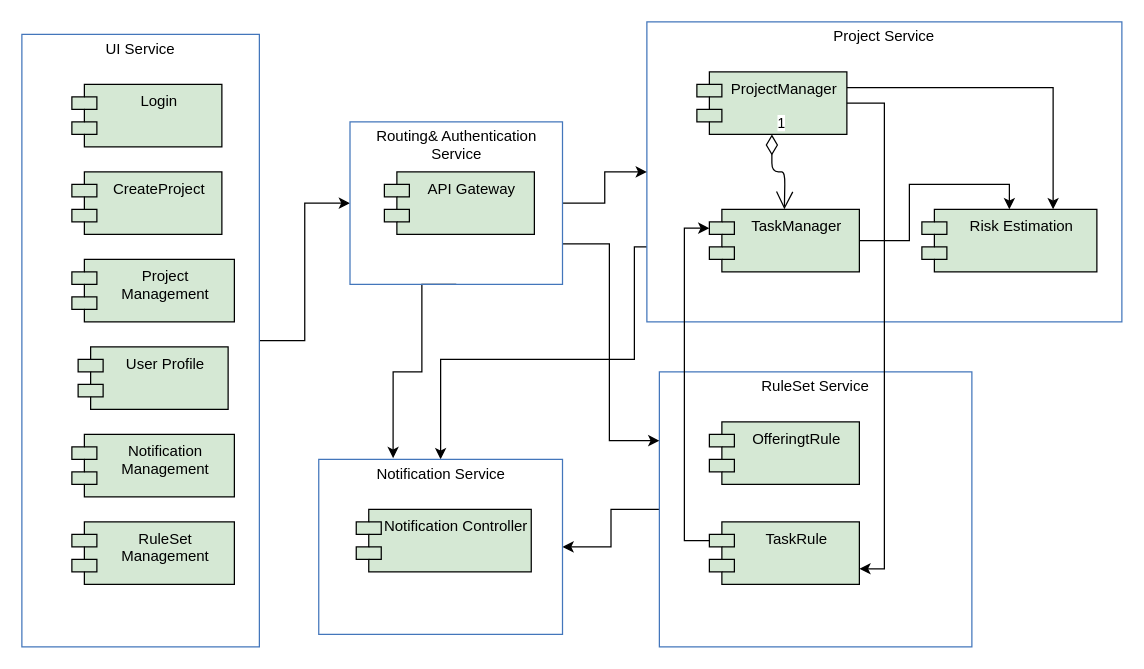
Above: page "Component Model" (3 of 6) of oasis-architecture.drawio in JackZhao2517/drawio_folder (draw.io), before the change. Source tidied: cells renumbered, new cells numbered last; positions are measured from the earlier drawing's top-left corner, leaving out a move shared by most shapes. Both pictures are drawn from the tidied source at 125%, with x=0, y=0 at pixel (21, 21).
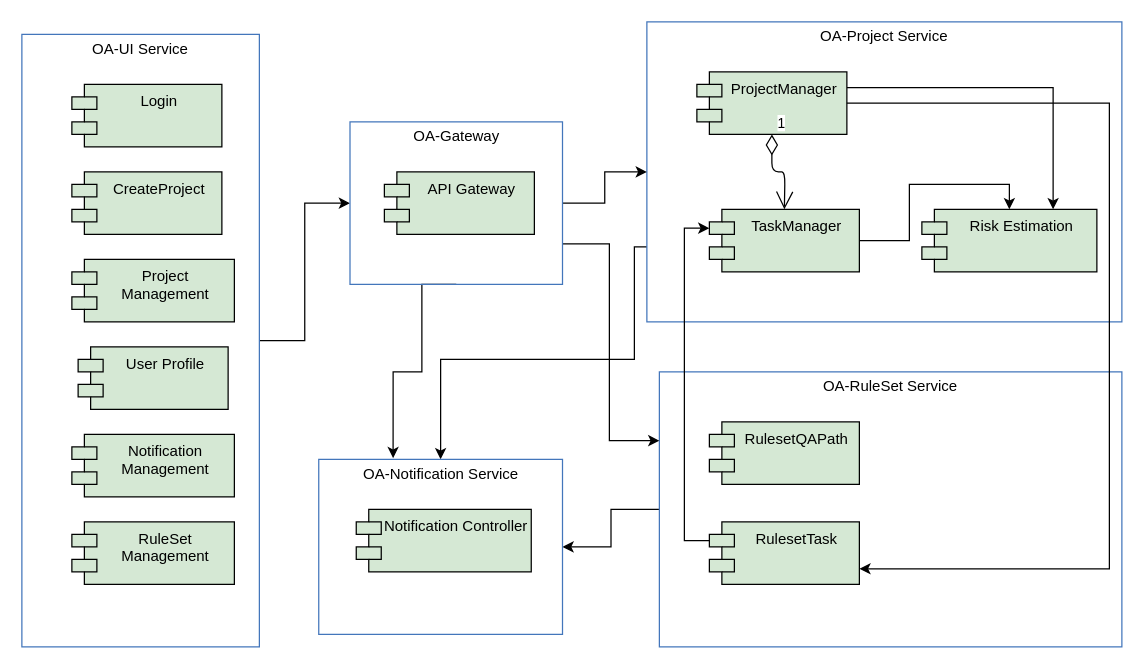
The same page after the edit.

The change refers to these unchanged cells:
```xml
<mxCell id="5" value="ProjectManager" style="shape=module;align=left;spacingLeft=20;align=center;verticalAlign=top;fillColor=#D5E8D4;" parent="3" vertex="1">
  <mxGeometry x="40" y="40" width="120" height="50" as="geometry" />
</mxCell>
```

Change to the diagram source:
```diff
@@
-    <mxCell id="3" value="Project Service" style="fontStyle=0;verticalAlign=top;align=center;spacingTop=-2;fillColor=none;rounded=0;whiteSpace=wrap;html=1;strokeColor=#4376BB;strokeWidth=1;dashed=0;" parent="1" vertex="1">
+    <mxCell id="3" value="OA-Project Service" style="fontStyle=0;verticalAlign=top;align=center;spacingTop=-2;fillColor=none;rounded=0;whiteSpace=wrap;html=1;strokeColor=#4376BB;strokeWidth=1;dashed=0;" parent="1" vertex="1">
       <mxGeometry x="500" width="380" height="240" as="geometry" />
     </mxCell>
@@
-    <mxCell id="10" value="RuleSet Service" style="fontStyle=0;verticalAlign=top;align=center;spacingTop=-2;fillColor=none;rounded=0;whiteSpace=wrap;html=1;strokeColor=#4376BB;strokeWidth=1;dashed=0;" parent="1" vertex="1">
-      <mxGeometry x="510" y="280" width="250" height="220" as="geometry" />
+    <mxCell id="10" value="OA-RuleSet Service" style="fontStyle=0;verticalAlign=top;align=center;spacingTop=-2;fillColor=none;rounded=0;whiteSpace=wrap;html=1;strokeColor=#4376BB;strokeWidth=1;dashed=0;" parent="1" vertex="1">
+      <mxGeometry x="510" y="280" width="370" height="220" as="geometry" />
     </mxCell>
-    <mxCell id="11" value="OfferingtRule" style="shape=module;align=left;spacingLeft=20;align=center;verticalAlign=top;fillColor=#D5E8D4;" parent="10" vertex="1">
+    <mxCell id="11" value="RulesetQAPath" style="shape=module;align=left;spacingLeft=20;align=center;verticalAlign=top;fillColor=#D5E8D4;" parent="10" vertex="1">
       <mxGeometry x="40" y="40" width="120" height="50" as="geometry" />
     </mxCell>
-    <mxCell id="12" value="TaskRule" style="shape=module;align=left;spacingLeft=20;align=center;verticalAlign=top;fillColor=#D5E8D4;" parent="10" vertex="1">
+    <mxCell id="12" value="RulesetTask" style="shape=module;align=left;spacingLeft=20;align=center;verticalAlign=top;fillColor=#D5E8D4;" parent="10" vertex="1">
       <mxGeometry x="40" y="120" width="120" height="50" as="geometry" />
     </mxCell>
-    <mxCell id="13" value="Notification Service" style="fontStyle=0;verticalAlign=top;align=center;spacingTop=-2;fillColor=none;rounded=0;whiteSpace=wrap;html=1;strokeColor=#4376BB;strokeWidth=1;dashed=0;" parent="1" vertex="1">
+    <mxCell id="13" value="OA-Notification Service" style="fontStyle=0;verticalAlign=top;align=center;spacingTop=-2;fillColor=none;rounded=0;whiteSpace=wrap;html=1;strokeColor=#4376BB;strokeWidth=1;dashed=0;" parent="1" vertex="1">
       <mxGeometry x="237.5" y="350" width="195" height="140" as="geometry" />
     </mxCell>
@@
-    <mxCell id="17" value="UI Service" style="fontStyle=0;verticalAlign=top;align=center;spacingTop=-2;fillColor=none;rounded=0;whiteSpace=wrap;html=1;strokeColor=#4376BB;strokeWidth=1;dashed=0;" parent="1" vertex="1">
+    <mxCell id="17" value="OA-UI Service" style="fontStyle=0;verticalAlign=top;align=center;spacingTop=-2;fillColor=none;rounded=0;whiteSpace=wrap;html=1;strokeColor=#4376BB;strokeWidth=1;dashed=0;" parent="1" vertex="1">
       <mxGeometry y="10" width="190" height="490" as="geometry" />
     </mxCell>
@@
-    <mxCell id="26" value="&lt;div&gt;Routing&amp;amp; Authentication Service &lt;br&gt;&lt;/div&gt;" style="fontStyle=0;verticalAlign=top;align=center;spacingTop=-2;fillColor=none;rounded=0;whiteSpace=wrap;html=1;strokeColor=#4376BB;strokeWidth=1;dashed=0;" parent="1" vertex="1">
+    <mxCell id="26" value="OA-Gateway" style="fontStyle=0;verticalAlign=top;align=center;spacingTop=-2;fillColor=none;rounded=0;whiteSpace=wrap;html=1;strokeColor=#4376BB;strokeWidth=1;dashed=0;" parent="1" vertex="1">
       <mxGeometry x="262.5" y="80" width="170" height="130" as="geometry" />
     </mxCell>
@@
     <mxCell id="29" style="edgeStyle=orthogonalEdgeStyle;rounded=0;jettySize=auto;html=1;exitX=1;exitY=0.5;exitDx=0;exitDy=0;entryX=1;entryY=0.75;entryDx=0;entryDy=0;" parent="1" edge="1" source="5" target="12">
       <mxGeometry relative="1" as="geometry">
         <Array as="points">
-          <mxPoint x="690" y="65" />
-          <mxPoint x="690" y="438" />
+          <mxPoint x="870" y="65" />
+          <mxPoint x="870" y="438" />
         </Array>
       </mxGeometry>
     </mxCell>
```
